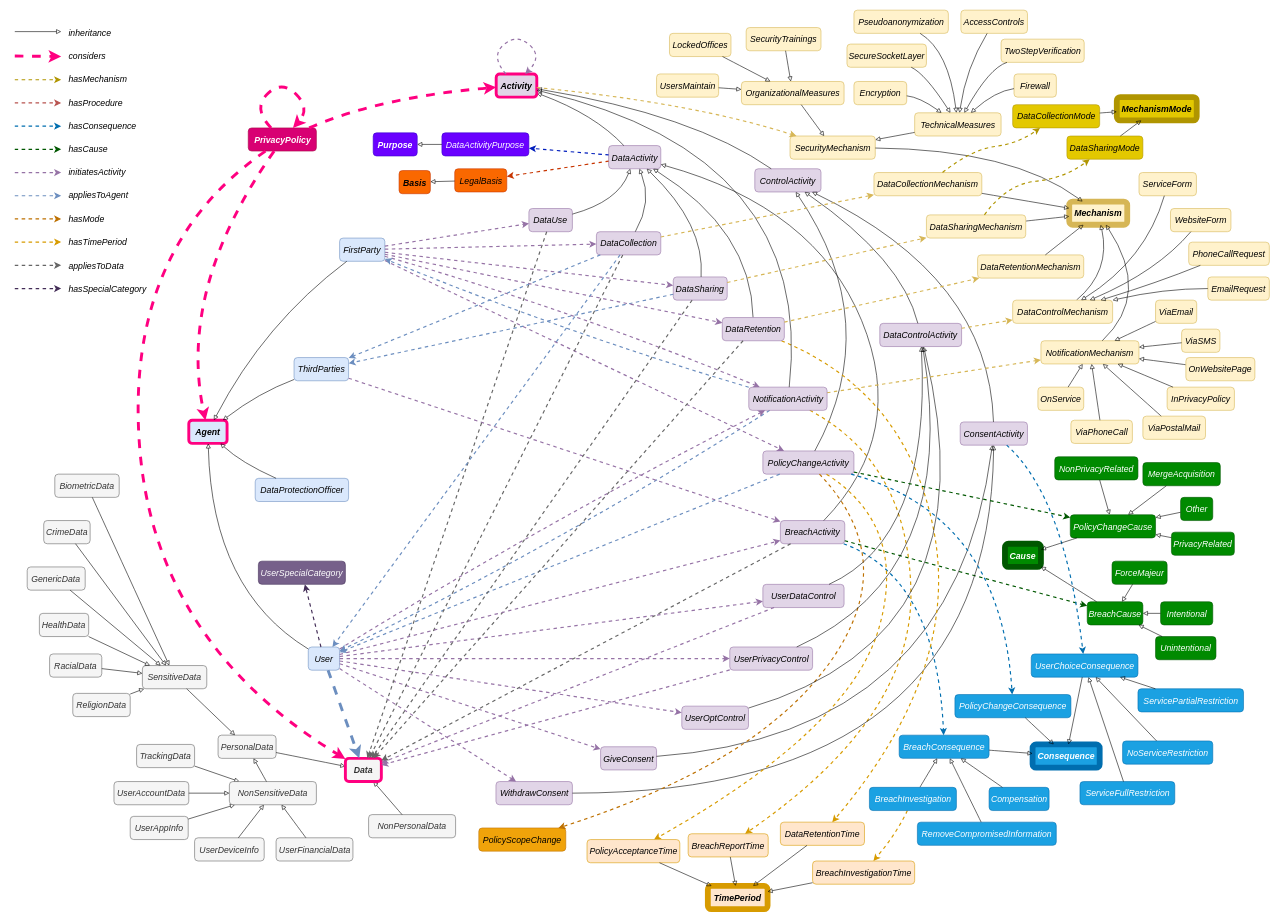
Before: page "full" (1 of 7) of resources/docs/outdated/v1/ontology.drawio in kuznetsovmd/pp-ontology, a draw.io diagram. Source tidied: cells renumbered, new cells numbered last; positions are measured from the earlier drawing's top-left corner, leaving out a move shared by most shapes. Both pictures are drawn from the tidied source at 58%, with x=0, y=0 at pixel (14, 10).
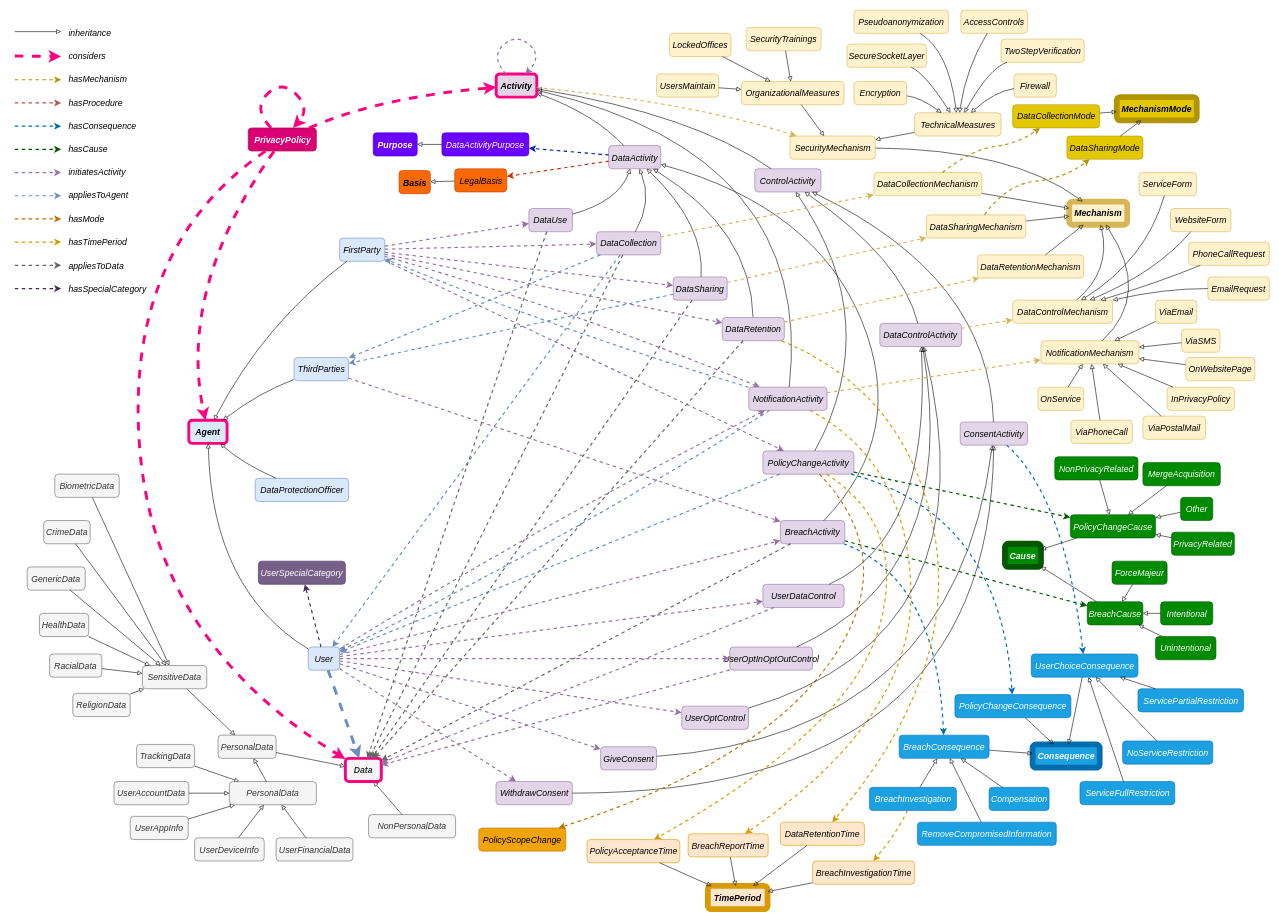
After the change.

Change to the diagram source:
```diff
@@
-    <mxCell id="135" value="UserPrivacyControl" style="rounded=1;whiteSpace=wrap;html=1;fillColor=#e1d5e7;strokeColor=#9673a6;fontSize=15;fontStyle=2;shadow=0;fontFamily=Helvetica;" parent="1" vertex="1">
+    <mxCell id="135" value="UserOptInOptOutControl" style="rounded=1;whiteSpace=wrap;html=1;fillColor=#e1d5e7;strokeColor=#9673a6;fontSize=15;fontStyle=2;shadow=0;fontFamily=Helvetica;" parent="1" vertex="1">
       <mxGeometry x="1232.7" y="1098" width="142.8" height="40" as="geometry" />
     </mxCell>
@@
-    <mxCell id="140" value="&lt;div style=&quot;font-size: 15px;&quot;&gt;NonSensitiveData&lt;/div&gt;" style="rounded=1;whiteSpace=wrap;html=1;fillColor=#f5f5f5;fontColor=#333333;strokeColor=#666666;fontSize=15;fontStyle=2;shadow=0;fontFamily=Helvetica;" parent="1" vertex="1">
+    <mxCell id="140" value="&lt;div style=&quot;font-size: 15px;&quot;&gt;PersonalData&lt;/div&gt;" style="rounded=1;whiteSpace=wrap;html=1;fillColor=#f5f5f5;fontColor=#333333;strokeColor=#666666;fontSize=15;fontStyle=2;shadow=0;fontFamily=Helvetica;" parent="1" vertex="1">
       <mxGeometry x="370" y="1330" width="150" height="40" as="geometry" />
     </mxCell>
```
